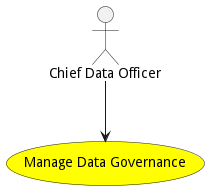
Before: docs/edgemere/diml/dml/usecases/managedatagovernance/Activities.png, a diagram exported from PlantUML (madajaju/edgemere). Its diagram source:
```plantuml
@startuml


usecase "Manage Data Governance" as ManageDataGovernance #yellow

Actor "Chief Data Officer" as ChiefDataOfficer

ChiefDataOfficer --> ManageDataGovernance











@enduml
```
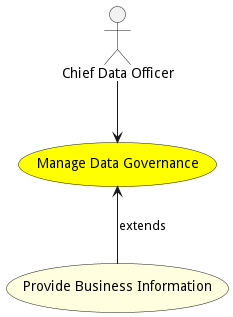
After the change.

Diff of the diagram source:
```diff
@@ -11,6 +11,10 @@
 
 
 
+usecase "Provide Business Information" as ProvideBusinessInformation #lightyellow
+
+ManageDataGovernance <-- ProvideBusinessInformation : extends
+
 
 
 
```
